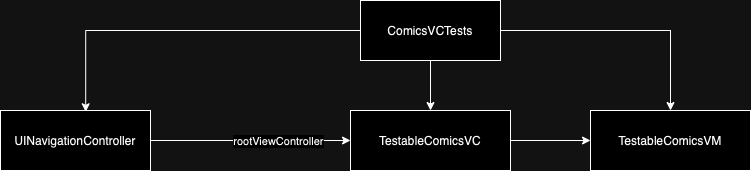
Earlier version of the draw.io export MarvelSampleTests/Tests/Comic/ComicsVCTests.drawio.png (hiren9697/MavelSample). Source tidied: cells renumbered, new cells last; positions are measured from the earlier drawing's top-left corner, leaving out a move shared by most shapes.
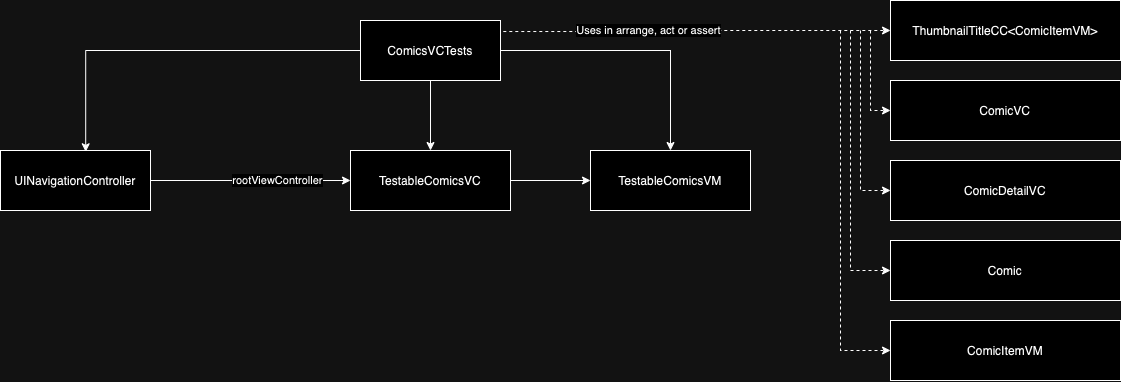
Above is the later version.

Diff of the diagram source:
```diff
@@ -2,6 +2,59 @@
   <root>
     <mxCell id="0" />
     <mxCell id="1" parent="0" />
+    <mxCell id="12" style="edgeStyle=orthogonalEdgeStyle;rounded=0;jettySize=auto;html=1;entryX=0;entryY=0.5;entryDx=0;entryDy=0;dashed=1;exitX=1.02;exitY=0.184;exitDx=0;exitDy=0;exitPerimeter=0;" parent="1" edge="1" source="4" target="14">
+      <mxGeometry relative="1" as="geometry" />
+    </mxCell>
+    <mxCell id="13" value="Uses in arrange, act or assert" style="edgeLabel;html=1;align=center;verticalAlign=middle;" parent="12" vertex="1">
+      <mxGeometry x="-0.25" y="1" relative="1" as="geometry" />
+    </mxCell>
+    <mxCell id="14" value="ThumbnailTitleCC&amp;lt;ComicItemVM&amp;gt;" style="rounded=0;whiteSpace=wrap;html=1;" parent="1" vertex="1">
+      <mxGeometry x="890" y="-40" width="230" height="60" as="geometry" />
+    </mxCell>
+    <mxCell id="15" value="ComicVC" style="rounded=0;whiteSpace=wrap;html=1;" parent="1" vertex="1">
+      <mxGeometry x="890" y="40" width="230" height="60" as="geometry" />
+    </mxCell>
+    <mxCell id="16" value="ComicDetailVC" style="rounded=0;whiteSpace=wrap;html=1;" parent="1" vertex="1">
+      <mxGeometry x="890" y="120" width="230" height="60" as="geometry" />
+    </mxCell>
+    <mxCell id="17" value="Comic" style="rounded=0;whiteSpace=wrap;html=1;" parent="1" vertex="1">
+      <mxGeometry x="890" y="200" width="230" height="60" as="geometry" />
+    </mxCell>
+    <mxCell id="18" value="ComicItemVM" style="rounded=0;whiteSpace=wrap;html=1;" parent="1" vertex="1">
+      <mxGeometry x="890" y="280" width="230" height="60" as="geometry" />
+    </mxCell>
+    <mxCell id="19" style="endArrow=classic;html=1;rounded=0;entryX=0;entryY=0.5;entryDx=0;entryDy=0;dashed=1;" parent="1" edge="1" target="15">
+      <mxGeometry relative="1" as="geometry">
+        <mxPoint x="870" y="-10" as="sourcePoint" />
+        <Array as="points">
+          <mxPoint x="870" y="70" />
+        </Array>
+      </mxGeometry>
+    </mxCell>
+    <mxCell id="20" style="endArrow=classic;html=1;rounded=0;entryX=0;entryY=0.5;entryDx=0;entryDy=0;dashed=1;" parent="1" edge="1" target="16">
+      <mxGeometry relative="1" as="geometry">
+        <mxPoint x="860" y="-10" as="sourcePoint" />
+        <Array as="points">
+          <mxPoint x="860" y="150" />
+        </Array>
+      </mxGeometry>
+    </mxCell>
+    <mxCell id="21" style="endArrow=classic;html=1;rounded=0;entryX=0;entryY=0.5;entryDx=0;entryDy=0;dashed=1;" parent="1" edge="1" target="17">
+      <mxGeometry relative="1" as="geometry">
+        <mxPoint x="850" y="-10" as="sourcePoint" />
+        <Array as="points">
+          <mxPoint x="850" y="230" />
+        </Array>
+      </mxGeometry>
+    </mxCell>
+    <mxCell id="22" style="endArrow=classic;html=1;rounded=0;entryX=0;entryY=0.5;entryDx=0;entryDy=0;dashed=1;" parent="1" edge="1" target="18">
+      <mxGeometry relative="1" as="geometry">
+        <mxPoint x="840" y="-10" as="sourcePoint" />
+        <Array as="points">
+          <mxPoint x="840" y="310" />
+        </Array>
+      </mxGeometry>
+    </mxCell>
     <mxCell id="2" style="edgeStyle=orthogonalEdgeStyle;rounded=0;jettySize=auto;html=1;entryX=0.5;entryY=0;entryDx=0;entryDy=0;" parent="1" edge="1" source="4" target="9">
       <mxGeometry relative="1" as="geometry" />
     </mxCell>
@@ -9,7 +62,7 @@
       <mxGeometry relative="1" as="geometry" />
     </mxCell>
     <mxCell id="4" value="ComicsVCTests" style="rounded=0;whiteSpace=wrap;html=1;" parent="1" vertex="1">
-      <mxGeometry x="360" width="140" height="60" as="geometry" />
+      <mxGeometry x="360" y="-20" width="140" height="60" as="geometry" />
     </mxCell>
     <mxCell id="5" style="edgeStyle=orthogonalEdgeStyle;rounded=0;jettySize=auto;html=1;" parent="1" edge="1" source="7" target="9">
       <mxGeometry relative="1" as="geometry" />
```
